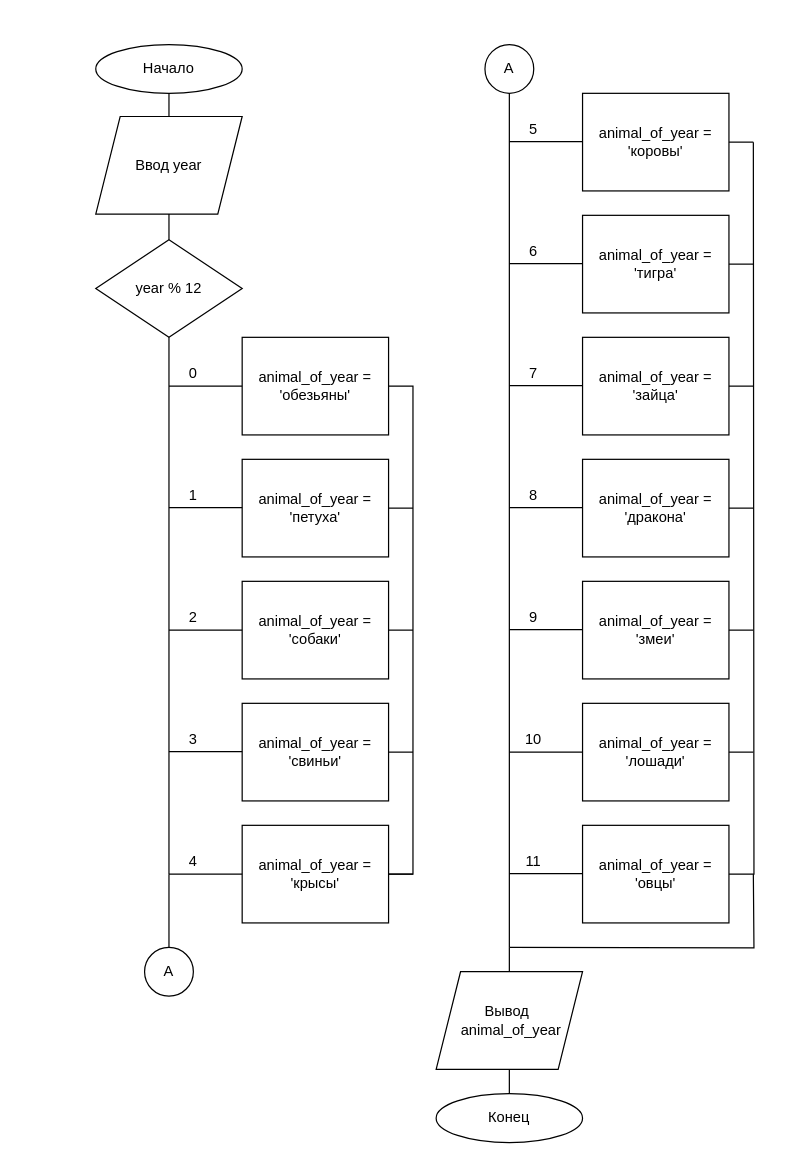
Before: block_for_second.drawio in Arisu-py/Python_conditions, a draw.io diagram. Source tidied: cells renumbered, new cells numbered last; positions are measured from the earlier drawing's top-left corner, leaving out a move shared by most shapes. Both pictures are drawn from the tidied source at 122%, with x=0, y=0 at pixel (95, 44).
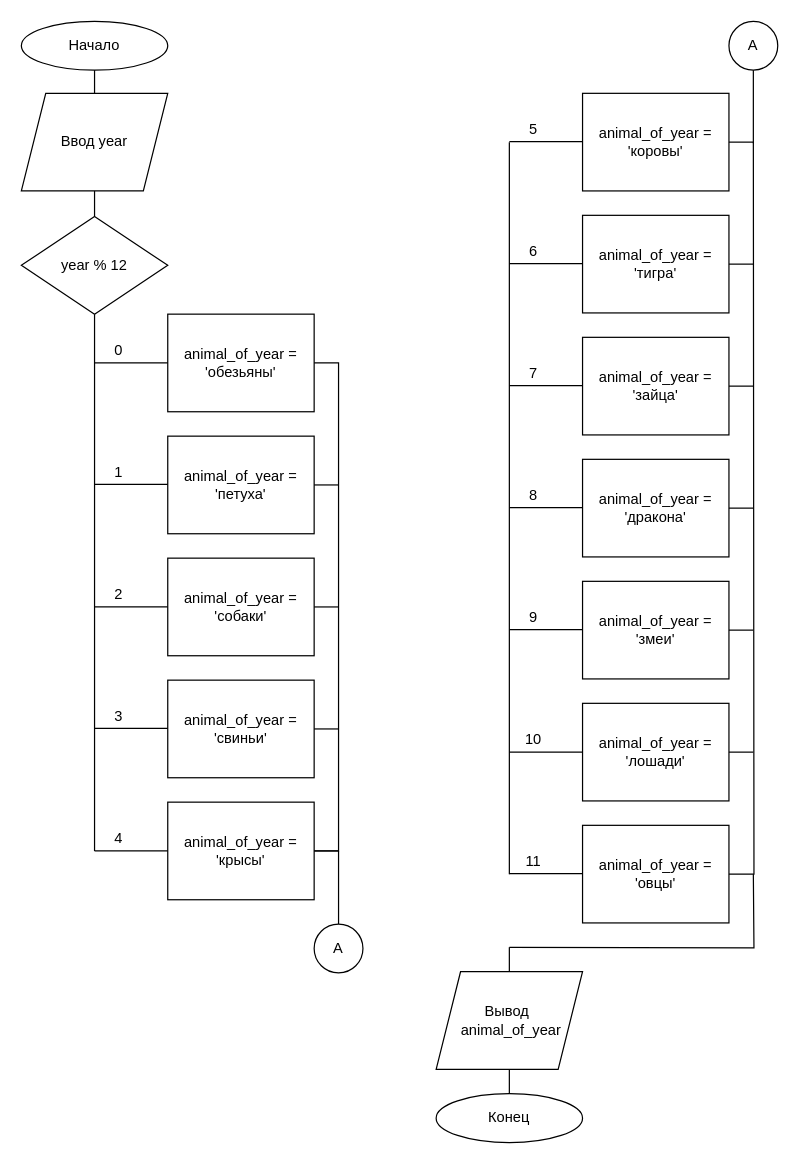
The same page after the edit.

Commit message (it also covers changes not shown here):
changes after check

Unchanged cells that the change refers to:
```xml
<mxCell id="46" value="5" style="text;html=1;whiteSpace=wrap;strokeColor=none;fillColor=none;align=center;verticalAlign=middle;rounded=0;" parent="1" vertex="1">
  <mxGeometry x="339" y="60" width="40" height="20" as="geometry" />
</mxCell>
<mxCell id="52" value="11" style="text;html=1;whiteSpace=wrap;strokeColor=none;fillColor=none;align=center;verticalAlign=middle;rounded=0;" parent="1" vertex="1">
  <mxGeometry x="339" y="660" width="40" height="20" as="geometry" />
</mxCell>
```

Diff of the diagram source:
```diff
@@
     <mxCell id="2" value="Начало" style="ellipse;whiteSpace=wrap;html=1;shapeInside=1;" parent="1" vertex="1">
-      <mxGeometry width="120" height="40" as="geometry" />
+      <mxGeometry x="-61" y="-19" width="120" height="40" as="geometry" />
     </mxCell>
     <mxCell id="3" value="Ввод year" style="shape=parallelogram;perimeter=parallelogramPerimeter;whiteSpace=wrap;html=1;shapeInside=1;fixedSize=1;" parent="1" vertex="1">
-      <mxGeometry y="59" width="120" height="80" as="geometry" />
+      <mxGeometry x="-61" y="40" width="120" height="80" as="geometry" />
     </mxCell>
     <mxCell id="4" value="year % 12" style="rhombus;whiteSpace=wrap;html=1;shapeInside=1;" parent="1" vertex="1">
-      <mxGeometry y="160" width="120" height="80" as="geometry" />
+      <mxGeometry x="-61" y="141" width="120" height="80" as="geometry" />
     </mxCell>
     <mxCell id="5" value="animal_of_year = 'обезьяны'" style="rounded=0;whiteSpace=wrap;html=1;" parent="1" vertex="1">
-      <mxGeometry x="120" y="240" width="120" height="80" as="geometry" />
+      <mxGeometry x="59" y="221" width="120" height="80" as="geometry" />
     </mxCell>
     <mxCell id="6" value="animal_of_year = 'петуха'" style="rounded=0;whiteSpace=wrap;html=1;" parent="1" vertex="1">
-      <mxGeometry x="120" y="340" width="120" height="80" as="geometry" />
+      <mxGeometry x="59" y="321" width="120" height="80" as="geometry" />
     </mxCell>
     <mxCell id="7" value="animal_of_year = 'собаки'" style="rounded=0;whiteSpace=wrap;html=1;" parent="1" vertex="1">
-      <mxGeometry x="120" y="440" width="120" height="80" as="geometry" />
+      <mxGeometry x="59" y="421" width="120" height="80" as="geometry" />
     </mxCell>
     <mxCell id="8" value="animal_of_year = 'свиньи'" style="rounded=0;whiteSpace=wrap;html=1;" parent="1" vertex="1">
-      <mxGeometry x="120" y="540" width="120" height="80" as="geometry" />
+      <mxGeometry x="59" y="521" width="120" height="80" as="geometry" />
     </mxCell>
     <mxCell id="9" value="animal_of_year = 'крысы'" style="rounded=0;whiteSpace=wrap;html=1;" parent="1" vertex="1">
-      <mxGeometry x="120" y="640" width="120" height="80" as="geometry" />
+      <mxGeometry x="59" y="621" width="120" height="80" as="geometry" />
     </mxCell>
@@
     <mxCell id="19" style="endArrow=none;html=1;rounded=0;exitX=0;exitY=0.5;exitDx=0;exitDy=0;" parent="1" edge="1" source="5">
       <mxGeometry relative="1" as="geometry">
-        <mxPoint x="60" y="280" as="targetPoint" />
+        <mxPoint x="-1" y="261" as="targetPoint" />
       </mxGeometry>
     </mxCell>
     <mxCell id="20" style="endArrow=none;html=1;rounded=0;exitX=0;exitY=0.5;exitDx=0;exitDy=0;" parent="1" edge="1">
       <mxGeometry relative="1" as="geometry">
-        <mxPoint x="120" y="379.6" as="sourcePoint" />
-        <mxPoint x="60" y="379.6" as="targetPoint" />
+        <mxPoint x="59" y="360.6" as="sourcePoint" />
+        <mxPoint x="-1" y="360.6" as="targetPoint" />
       </mxGeometry>
     </mxCell>
     <mxCell id="21" style="endArrow=none;html=1;rounded=0;exitX=0;exitY=0.5;exitDx=0;exitDy=0;" parent="1" edge="1">
       <mxGeometry relative="1" as="geometry">
-        <mxPoint x="120" y="480" as="sourcePoint" />
-        <mxPoint x="60" y="480" as="targetPoint" />
+        <mxPoint x="59" y="461" as="sourcePoint" />
+        <mxPoint x="-1" y="461" as="targetPoint" />
       </mxGeometry>
     </mxCell>
     <mxCell id="22" style="endArrow=none;html=1;rounded=0;exitX=0;exitY=0.5;exitDx=0;exitDy=0;" parent="1" edge="1">
       <mxGeometry relative="1" as="geometry">
-        <mxPoint x="120" y="579.6" as="sourcePoint" />
-        <mxPoint x="60" y="579.6" as="targetPoint" />
+        <mxPoint x="59" y="560.6" as="sourcePoint" />
+        <mxPoint x="-1" y="560.6" as="targetPoint" />
       </mxGeometry>
     </mxCell>
     <mxCell id="23" style="endArrow=none;html=1;rounded=0;exitX=0;exitY=0.5;exitDx=0;exitDy=0;" parent="1" edge="1">
       <mxGeometry relative="1" as="geometry">
-        <mxPoint x="120" y="680" as="sourcePoint" />
-        <mxPoint x="60" y="680" as="targetPoint" />
+        <mxPoint x="59" y="661" as="sourcePoint" />
+        <mxPoint x="-1" y="661" as="targetPoint" />
       </mxGeometry>
     </mxCell>
@@
     <mxCell id="31" style="endArrow=none;html=1;rounded=0;entryX=1;entryY=0.5;entryDx=0;entryDy=0;" parent="1" edge="1" target="6">
       <mxGeometry relative="1" as="geometry">
-        <mxPoint x="260" y="380" as="sourcePoint" />
+        <mxPoint x="199" y="361" as="sourcePoint" />
       </mxGeometry>
     </mxCell>
     <mxCell id="32" style="endArrow=none;html=1;rounded=0;entryX=1;entryY=0.5;entryDx=0;entryDy=0;" parent="1" edge="1" target="7">
       <mxGeometry relative="1" as="geometry">
-        <mxPoint x="260" y="480" as="sourcePoint" />
+        <mxPoint x="199" y="461" as="sourcePoint" />
       </mxGeometry>
     </mxCell>
     <mxCell id="33" style="endArrow=none;html=1;rounded=0;entryX=1;entryY=0.5;entryDx=0;entryDy=0;" parent="1" edge="1" target="8">
       <mxGeometry relative="1" as="geometry">
-        <mxPoint x="260" y="580" as="sourcePoint" />
+        <mxPoint x="199" y="561" as="sourcePoint" />
       </mxGeometry>
     </mxCell>
     <mxCell id="34" style="endArrow=none;html=1;rounded=0;entryX=1;entryY=0.5;entryDx=0;entryDy=0;" parent="1" edge="1" target="9">
       <mxGeometry relative="1" as="geometry">
-        <mxPoint x="260" y="680" as="sourcePoint" />
+        <mxPoint x="199" y="661" as="sourcePoint" />
       </mxGeometry>
     </mxCell>
@@
     <mxCell id="41" value="0" style="text;html=1;whiteSpace=wrap;strokeColor=none;fillColor=none;align=center;verticalAlign=middle;rounded=0;" parent="1" vertex="1">
-      <mxGeometry x="60" y="260" width="40" height="20" as="geometry" />
+      <mxGeometry x="-1" y="241" width="40" height="20" as="geometry" />
     </mxCell>
     <mxCell id="42" value="1" style="text;html=1;whiteSpace=wrap;strokeColor=none;fillColor=none;align=center;verticalAlign=middle;rounded=0;" parent="1" vertex="1">
-      <mxGeometry x="60" y="360" width="40" height="20" as="geometry" />
+      <mxGeometry x="-1" y="341" width="40" height="20" as="geometry" />
     </mxCell>
     <mxCell id="43" value="2" style="text;html=1;whiteSpace=wrap;strokeColor=none;fillColor=none;align=center;verticalAlign=middle;rounded=0;" parent="1" vertex="1">
-      <mxGeometry x="60" y="460" width="40" height="20" as="geometry" />
+      <mxGeometry x="-1" y="441" width="40" height="20" as="geometry" />
     </mxCell>
     <mxCell id="44" value="3" style="text;html=1;whiteSpace=wrap;strokeColor=none;fillColor=none;align=center;verticalAlign=middle;rounded=0;" parent="1" vertex="1">
-      <mxGeometry x="60" y="560" width="40" height="20" as="geometry" />
+      <mxGeometry x="-1" y="541" width="40" height="20" as="geometry" />
     </mxCell>
     <mxCell id="45" value="4" style="text;html=1;whiteSpace=wrap;strokeColor=none;fillColor=none;align=center;verticalAlign=middle;rounded=0;" parent="1" vertex="1">
-      <mxGeometry x="60" y="660" width="40" height="20" as="geometry" />
+      <mxGeometry x="-1" y="641" width="40" height="20" as="geometry" />
     </mxCell>
@@
     <mxCell id="53" value="A" style="ellipse;whiteSpace=wrap;html=1;shapeInside=1;" parent="1" vertex="1">
-      <mxGeometry x="319" width="40" height="40" as="geometry" />
+      <mxGeometry x="519" y="-19" width="40" height="40" as="geometry" />
     </mxCell>
@@
     <mxCell id="60" style="endArrow=none;html=1;rounded=0;edgeStyle=orthogonalEdgeStyle;entryX=1;entryY=0.5;entryDx=0;entryDy=0;exitX=1;exitY=0.5;exitDx=0;exitDy=0;" parent="1" edge="1" source="9" target="5">
       <mxGeometry relative="1" as="geometry">
         <Array as="points">
-          <mxPoint x="260" y="680" />
-          <mxPoint x="260" y="280" />
+          <mxPoint x="199" y="661" />
+          <mxPoint x="199" y="261" />
         </Array>
       </mxGeometry>
     </mxCell>
-    <mxCell id="61" style="endArrow=none;html=1;rounded=0;entryX=0;entryY=1;entryDx=0;entryDy=0;" parent="1" edge="1" target="45">
+    <mxCell id="61" style="endArrow=none;html=1;rounded=0;entryX=0;entryY=1;entryDx=0;entryDy=0;" parent="1" edge="1">
       <mxGeometry relative="1" as="geometry">
-        <mxPoint x="60" y="740" as="sourcePoint" />
+        <mxPoint x="199" y="721" as="sourcePoint" />
+        <mxPoint x="199" y="661" as="targetPoint" />
       </mxGeometry>
     </mxCell>
     <mxCell id="62" value="A" style="ellipse;whiteSpace=wrap;html=1;shapeInside=1;" parent="1" vertex="1">
-      <mxGeometry x="40" y="740" width="40" height="40" as="geometry" />
+      <mxGeometry x="179" y="721" width="40" height="40" as="geometry" />
     </mxCell>
-    <mxCell id="63" style="endArrow=none;html=1;rounded=0;entryX=0.5;entryY=1;entryDx=0;entryDy=0;" parent="1" edge="1" target="53">
-      <mxGeometry relative="1" as="geometry">
-        <mxPoint x="339" y="740" as="sourcePoint" />
-      </mxGeometry>
+    <mxCell id="63" style="endArrow=none;html=1;rounded=0;entryX=0;entryY=1;entryDx=0;entryDy=0;exitX=0;exitY=1;exitDx=0;exitDy=0;" parent="1" edge="1" source="52" target="46">
+      <mxGeometry relative="1" as="geometry" />
     </mxCell>
@@
+    <mxCell id="65" style="endArrow=none;html=1;rounded=0;entryX=0.5;entryY=1;entryDx=0;entryDy=0;" parent="1" edge="1" target="53">
+      <mxGeometry relative="1" as="geometry">
+        <mxPoint x="539" y="81" as="sourcePoint" />
+      </mxGeometry>
+    </mxCell>
```
